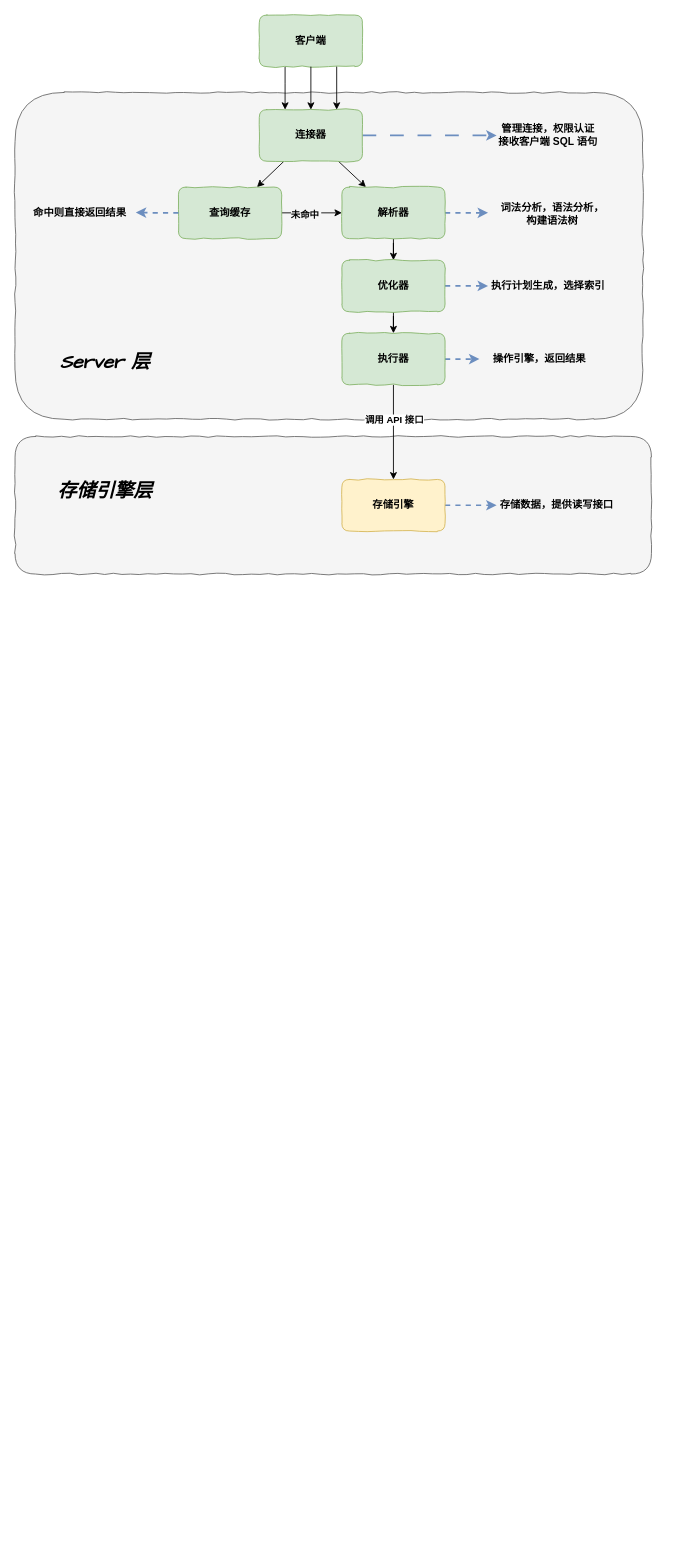
wjy888666/MySQL_study keeps this draw.io diagram as MySQL.drawio. Above is the earlier version. Source tidied: cells renumbered, new cells numbered last; positions are measured from the earlier drawing's top-left corner, leaving out a move shared by most shapes. Both pictures are drawn from the tidied source at 86%, with x=0, y=0 at pixel (15, 15).
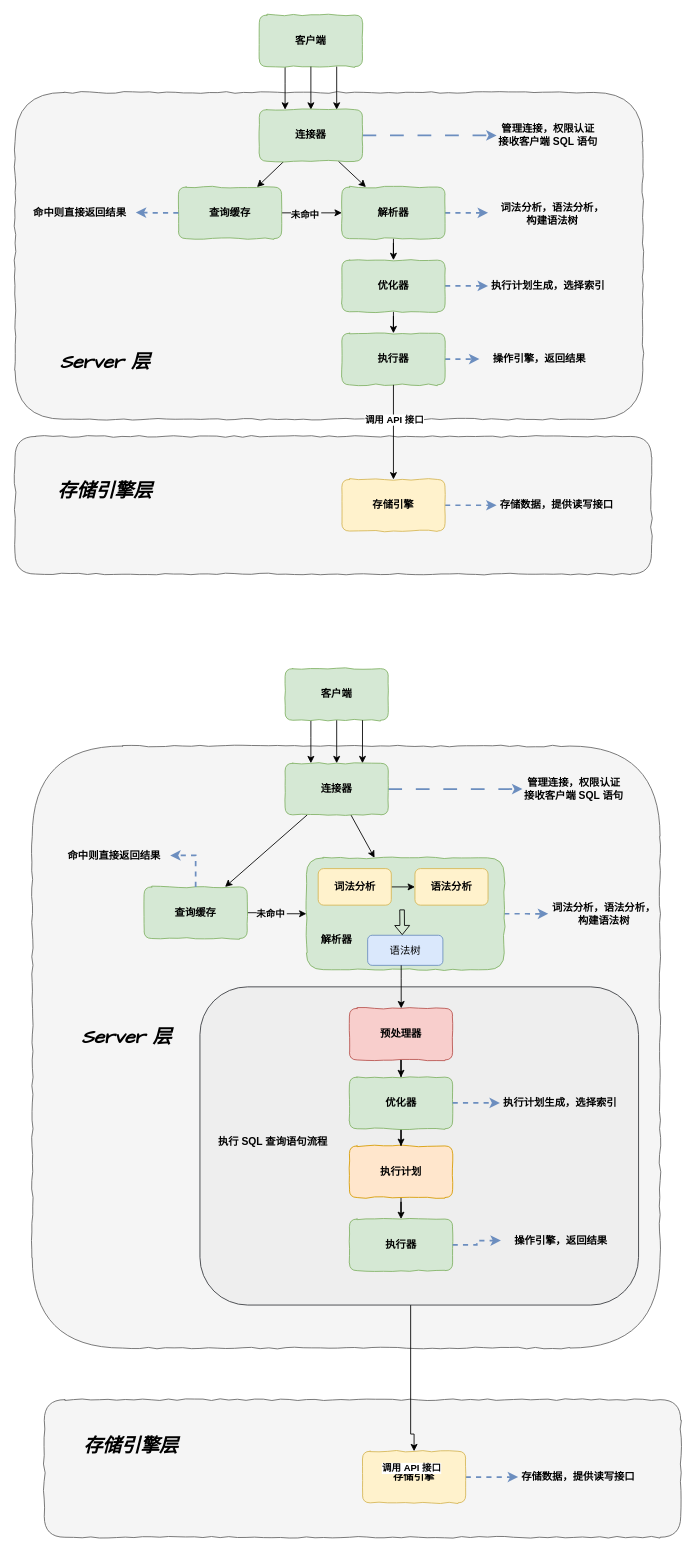
After the change.

Change to the diagram source:
```diff
@@
+    <mxCell id="36" style="rounded=1;whiteSpace=wrap;html=1;comic=1;fontStyle=1;fillColor=#f5f5f5;strokeColor=#666666;fontColor=#333333;" parent="1" vertex="1">
+      <mxGeometry x="20" y="850" width="730" height="700" as="geometry" />
+    </mxCell>
+    <mxCell id="37" style="edgeStyle=orthogonalEdgeStyle;rounded=0;jettySize=auto;html=1;entryX=0.25;entryY=0;entryDx=0;entryDy=0;" parent="1" edge="1" source="38" target="54">
+      <mxGeometry relative="1" as="geometry">
+        <Array as="points">
+          <mxPoint x="344" y="840" />
+          <mxPoint x="344" y="840" />
+        </Array>
+      </mxGeometry>
+    </mxCell>
+    <mxCell id="38" value="客户端" style="rounded=1;whiteSpace=wrap;html=1;comic=1;fontStyle=1;fillColor=#d5e8d4;strokeColor=#82b366;" parent="1" vertex="1">
+      <mxGeometry x="314" y="760" width="120" height="60" as="geometry" />
+    </mxCell>
+    <mxCell id="39" style="rounded=0;jettySize=auto;html=1;" parent="1" edge="1" source="54" target="47">
+      <mxGeometry relative="1" as="geometry" />
+    </mxCell>
+    <mxCell id="40" style="rounded=0;jettySize=auto;html=1;" parent="1" edge="1" source="54" target="49">
+      <mxGeometry relative="1" as="geometry" />
+    </mxCell>
+    <mxCell id="41" style="edgeStyle=orthogonalEdgeStyle;rounded=1;jettySize=auto;html=1;entryX=0;entryY=0.5;entryDx=0;entryDy=0;fillColor=#dae8fc;strokeColor=#6c8ebf;curved=0;dashed=1;dashPattern=8 8;strokeWidth=2;" parent="1" edge="1" source="54" target="44">
+      <mxGeometry relative="1" as="geometry" />
+    </mxCell>
+    <mxCell id="42" style="edgeStyle=orthogonalEdgeStyle;rounded=0;jettySize=auto;html=1;" parent="1" edge="1" source="38" target="54">
+      <mxGeometry relative="1" as="geometry" />
+    </mxCell>
+    <mxCell id="43" style="edgeStyle=orthogonalEdgeStyle;rounded=0;jettySize=auto;html=1;entryX=0.75;entryY=0;entryDx=0;entryDy=0;exitX=0.75;exitY=1;exitDx=0;exitDy=0;" parent="1" edge="1" source="38" target="54">
+      <mxGeometry relative="1" as="geometry" />
+    </mxCell>
+    <mxCell id="44" value="管理连接，权限认证&lt;div&gt;接收客户端 SQL 语句&lt;/div&gt;" style="text;html=1;align=center;verticalAlign=middle;whiteSpace=wrap;rounded=0;fontStyle=1;" parent="1" vertex="1">
+      <mxGeometry x="590" y="877.5" width="120" height="45" as="geometry" />
+    </mxCell>
+    <mxCell id="45" style="edgeStyle=orthogonalEdgeStyle;rounded=0;jettySize=auto;html=1;" parent="1" edge="1" source="47" target="49">
+      <mxGeometry relative="1" as="geometry" />
+    </mxCell>
+    <mxCell id="46" value="未命中" style="edgeLabel;align=center;verticalAlign=middle;fontStyle=1;labelBackgroundColor=#f5f5f5;" parent="45" vertex="1">
+      <mxGeometry x="-0.22" y="-1" relative="1" as="geometry" />
+    </mxCell>
+    <mxCell id="47" value="查询缓存" style="rounded=1;whiteSpace=wrap;html=1;comic=1;fontStyle=1;fillColor=#d5e8d4;strokeColor=#82b366;" parent="1" vertex="1">
+      <mxGeometry x="150" y="1013.8" width="120" height="60" as="geometry" />
+    </mxCell>
+    <mxCell id="48" style="edgeStyle=orthogonalEdgeStyle;rounded=0;jettySize=auto;html=1;dashed=1;fillColor=#dae8fc;strokeColor=#6c8ebf;strokeWidth=2;" parent="1" edge="1" source="49" target="50">
+      <mxGeometry relative="1" as="geometry" />
+    </mxCell>
+    <mxCell id="49" style="rounded=1;whiteSpace=wrap;html=1;comic=1;fontStyle=1;fillColor=#d5e8d4;strokeColor=#82b366;" parent="1" vertex="1">
+      <mxGeometry x="338.8" y="980" width="230" height="130" as="geometry" />
+    </mxCell>
+    <mxCell id="50" value="词法分析，语法分析，构建语法树" style="text;html=1;align=center;verticalAlign=middle;whiteSpace=wrap;rounded=0;fontStyle=1;" parent="1" vertex="1">
+      <mxGeometry x="620" y="1013.8" width="130" height="62.5" as="geometry" />
+    </mxCell>
+    <mxCell id="51" value="命中则直接返回结果" style="text;html=1;align=center;verticalAlign=middle;points=[];strokeColor=none;fillColor=none;fontStyle=1;" parent="1" vertex="1">
+      <mxGeometry x="50" y="962.5" width="130" height="30" as="geometry" />
+    </mxCell>
+    <mxCell id="52" style="edgeStyle=orthogonalEdgeStyle;rounded=0;jettySize=auto;html=1;entryX=1.003;entryY=0.489;entryDx=0;entryDy=0;entryPerimeter=0;fillColor=#dae8fc;strokeColor=#6c8ebf;dashed=1;strokeWidth=2;" parent="1" edge="1" source="47" target="51">
+      <mxGeometry relative="1" as="geometry" />
+    </mxCell>
+    <mxCell id="53" value="Server 层" style="text;html=1;align=center;verticalAlign=middle;whiteSpace=wrap;rounded=0;fontStyle=3;fontSize=22;fontFamily=Comic Sans MS;" parent="1" vertex="1">
+      <mxGeometry x="75" y="1155" width="110" height="70" as="geometry" />
+    </mxCell>
+    <mxCell id="54" value="连接器" style="rounded=1;whiteSpace=wrap;html=1;comic=1;fontStyle=1;fillColor=#d5e8d4;strokeColor=#82b366;" parent="1" vertex="1">
+      <mxGeometry x="314" y="870" width="120" height="60" as="geometry" />
+    </mxCell>
+    <mxCell id="55" style="rounded=1;whiteSpace=wrap;html=1;comic=1;fontStyle=1;fillColor=#f5f5f5;strokeColor=#666666;fontColor=#333333;" parent="1" vertex="1">
+      <mxGeometry x="34" y="1610" width="740" height="160" as="geometry" />
+    </mxCell>
+    <mxCell id="56" value="存储引擎层" style="text;html=1;align=center;verticalAlign=middle;whiteSpace=wrap;rounded=0;fontStyle=3;fontSize=22;fontFamily=Comic Sans MS;" parent="1" vertex="1">
+      <mxGeometry x="75" y="1630" width="120" height="70" as="geometry" />
+    </mxCell>
+    <mxCell id="57" style="edgeStyle=orthogonalEdgeStyle;rounded=0;jettySize=auto;html=1;entryX=0;entryY=0.5;entryDx=0;entryDy=0;fillColor=#dae8fc;strokeColor=#6c8ebf;dashed=1;strokeWidth=2;" parent="1" edge="1" source="58" target="59">
+      <mxGeometry relative="1" as="geometry" />
+    </mxCell>
+    <mxCell id="58" value="存储引擎" style="rounded=1;whiteSpace=wrap;html=1;comic=1;fontStyle=1;fillColor=#fff2cc;strokeColor=#d6b656;" parent="1" vertex="1">
+      <mxGeometry x="404" y="1670" width="120" height="60" as="geometry" />
+    </mxCell>
+    <mxCell id="59" value="存储数据，提供读写接口" style="text;html=1;align=center;verticalAlign=middle;whiteSpace=wrap;rounded=0;fontStyle=1;" parent="1" vertex="1">
+      <mxGeometry x="585" y="1675" width="140" height="50" as="geometry" />
+    </mxCell>
+    <mxCell id="60" style="edgeStyle=orthogonalEdgeStyle;rounded=0;jettySize=auto;html=1;entryX=0.5;entryY=0;entryDx=0;entryDy=0;" parent="1" edge="1" source="75" target="58">
+      <mxGeometry relative="1" as="geometry">
+        <Array as="points">
+          <mxPoint x="460" y="1650" />
+        </Array>
+      </mxGeometry>
+    </mxCell>
+    <mxCell id="61" value="调用 API 接口" style="edgeLabel;html=1;align=center;verticalAlign=middle;fontStyle=1;" parent="60" vertex="1">
+      <mxGeometry x="-0.17" y="-3" relative="1" as="geometry">
+        <mxPoint x="3" y="140" as="offset" />
+      </mxGeometry>
+    </mxCell>
+    <mxCell id="62" style="edgeStyle=orthogonalEdgeStyle;rounded=0;jettySize=auto;html=1;entryX=0;entryY=0.5;entryDx=0;entryDy=0;" parent="1" edge="1" source="63" target="64">
+      <mxGeometry relative="1" as="geometry" />
+    </mxCell>
+    <mxCell id="63" value="词法分析" style="rounded=1;whiteSpace=wrap;html=1;fillColor=#fff2cc;strokeColor=#d6b656;fontStyle=1;" parent="1" vertex="1">
+      <mxGeometry x="352.5" y="992.5" width="85" height="42.5" as="geometry" />
+    </mxCell>
+    <mxCell id="64" value="语法分析" style="rounded=1;whiteSpace=wrap;html=1;fillColor=#fff2cc;strokeColor=#d6b656;fontStyle=1;" parent="1" vertex="1">
+      <mxGeometry x="465" y="992.5" width="85" height="42.5" as="geometry" />
+    </mxCell>
+    <mxCell id="65" value="语法树" style="rounded=1;whiteSpace=wrap;html=1;fillColor=#dae8fc;strokeColor=#6c8ebf;" parent="1" vertex="1">
+      <mxGeometry x="410" y="1070" width="87.5" height="35" as="geometry" />
+    </mxCell>
+    <mxCell id="66" style="endArrow=classic;html=1;rounded=0;entryX=0.46;entryY=-0.006;entryDx=0;entryDy=0;entryPerimeter=0;shape=flexArrow;endSize=3.22;endWidth=11;width=5.333333333333333;" parent="1" edge="1" target="65">
+      <mxGeometry relative="1" as="geometry">
+        <mxPoint x="450" y="1040" as="sourcePoint" />
+        <Array as="points">
+          <mxPoint x="450" y="1040" />
+        </Array>
+      </mxGeometry>
+    </mxCell>
+    <mxCell id="67" value="解析器" style="text;html=1;align=center;verticalAlign=middle;whiteSpace=wrap;rounded=0;fontStyle=1;" parent="1" vertex="1">
+      <mxGeometry x="344" y="1060" width="60" height="30" as="geometry" />
+    </mxCell>
+    <mxCell id="68" style="rounded=1;whiteSpace=wrap;html=1;fillColor=#eeeeee;strokeColor=#36393d;fillStyle=solid;" parent="1" vertex="1">
+      <mxGeometry x="215" y="1130" width="510" height="370" as="geometry" />
+    </mxCell>
+    <mxCell id="69" style="edgeStyle=orthogonalEdgeStyle;rounded=0;jettySize=auto;html=1;entryX=0.5;entryY=0;entryDx=0;entryDy=0;" parent="1" edge="1" source="70" target="74">
+      <mxGeometry relative="1" as="geometry" />
+    </mxCell>
+    <mxCell id="70" value="预处理器" style="rounded=1;whiteSpace=wrap;html=1;comic=1;fontStyle=1;fillColor=#f8cecc;strokeColor=#b85450;" parent="1" vertex="1">
+      <mxGeometry x="388.8" y="1155" width="120" height="60" as="geometry" />
+    </mxCell>
+    <mxCell id="71" style="edgeStyle=orthogonalEdgeStyle;rounded=0;jettySize=auto;html=1;entryX=0.5;entryY=0;entryDx=0;entryDy=0;" parent="1" edge="1" source="72" target="75">
+      <mxGeometry relative="1" as="geometry" />
+    </mxCell>
+    <mxCell id="72" value="执行计划" style="rounded=1;whiteSpace=wrap;html=1;comic=1;fontStyle=1;fillColor=#ffe6cc;strokeColor=#d79b00;" parent="1" vertex="1">
+      <mxGeometry x="388.8" y="1315" width="120" height="60" as="geometry" />
+    </mxCell>
+    <mxCell id="73" style="edgeStyle=orthogonalEdgeStyle;rounded=0;jettySize=auto;html=1;" parent="1" edge="1" source="74" target="72">
+      <mxGeometry relative="1" as="geometry" />
+    </mxCell>
+    <mxCell id="74" value="优化器" style="rounded=1;whiteSpace=wrap;html=1;comic=1;fontStyle=1;fillColor=#d5e8d4;strokeColor=#82b366;" parent="1" vertex="1">
+      <mxGeometry x="388.8" y="1235" width="120" height="60" as="geometry" />
+    </mxCell>
+    <mxCell id="75" value="执行器" style="rounded=1;whiteSpace=wrap;html=1;comic=1;fontStyle=1;fillColor=#d5e8d4;strokeColor=#82b366;" parent="1" vertex="1">
+      <mxGeometry x="388.8" y="1400" width="120" height="60" as="geometry" />
+    </mxCell>
+    <mxCell id="76" value="执行计划生成，选择索引" style="text;html=1;align=center;verticalAlign=middle;whiteSpace=wrap;rounded=0;fontStyle=1;" parent="1" vertex="1">
+      <mxGeometry x="563.8" y="1240" width="140" height="50" as="geometry" />
+    </mxCell>
+    <mxCell id="77" style="edgeStyle=orthogonalEdgeStyle;rounded=0;jettySize=auto;html=1;fillColor=#dae8fc;strokeColor=#6c8ebf;dashed=1;strokeWidth=2;" parent="1" edge="1" source="74" target="76">
+      <mxGeometry relative="1" as="geometry" />
+    </mxCell>
+    <mxCell id="78" value="操作引擎，返回结果" style="text;html=1;align=center;verticalAlign=middle;whiteSpace=wrap;rounded=0;fontStyle=1;" parent="1" vertex="1">
+      <mxGeometry x="565" y="1400" width="140" height="50" as="geometry" />
+    </mxCell>
+    <mxCell id="79" style="edgeStyle=orthogonalEdgeStyle;rounded=0;jettySize=auto;html=1;dashed=1;strokeWidth=2;fillColor=#dae8fc;strokeColor=#6c8ebf;" parent="1" edge="1" source="75" target="78">
+      <mxGeometry relative="1" as="geometry" />
+    </mxCell>
+    <mxCell id="80" value="执行 SQL 查询语句流程" style="text;html=1;align=center;verticalAlign=middle;whiteSpace=wrap;rounded=0;fontStyle=1;" parent="1" vertex="1">
+      <mxGeometry x="235" y="1265" width="130" height="90" as="geometry" />
+    </mxCell>
+    <mxCell id="81" style="edgeStyle=orthogonalEdgeStyle;rounded=0;jettySize=auto;html=1;" parent="1" edge="1" source="65" target="70">
+      <mxGeometry relative="1" as="geometry">
+        <Array as="points">
+          <mxPoint x="449" y="1120" />
+          <mxPoint x="449" y="1120" />
+        </Array>
+      </mxGeometry>
+    </mxCell>
```
